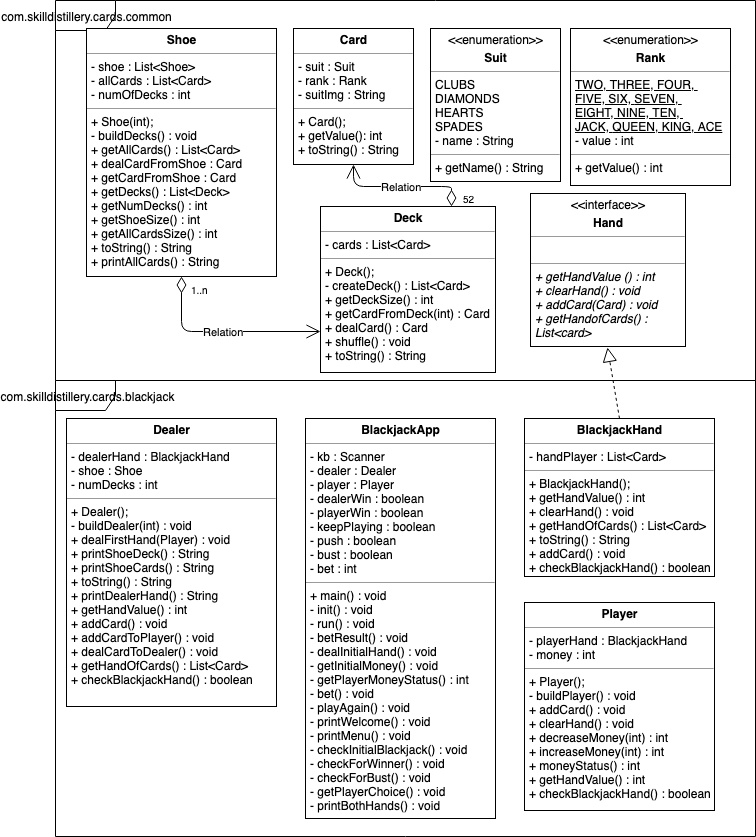
This is CardGamesBlackjack.png from robrides/BlackjackProject, a draw.io export, as it was before one commit. Source tidied: cells renumbered, new cells last; positions are measured from the earlier drawing's top-left corner, leaving out a move shared by most shapes.
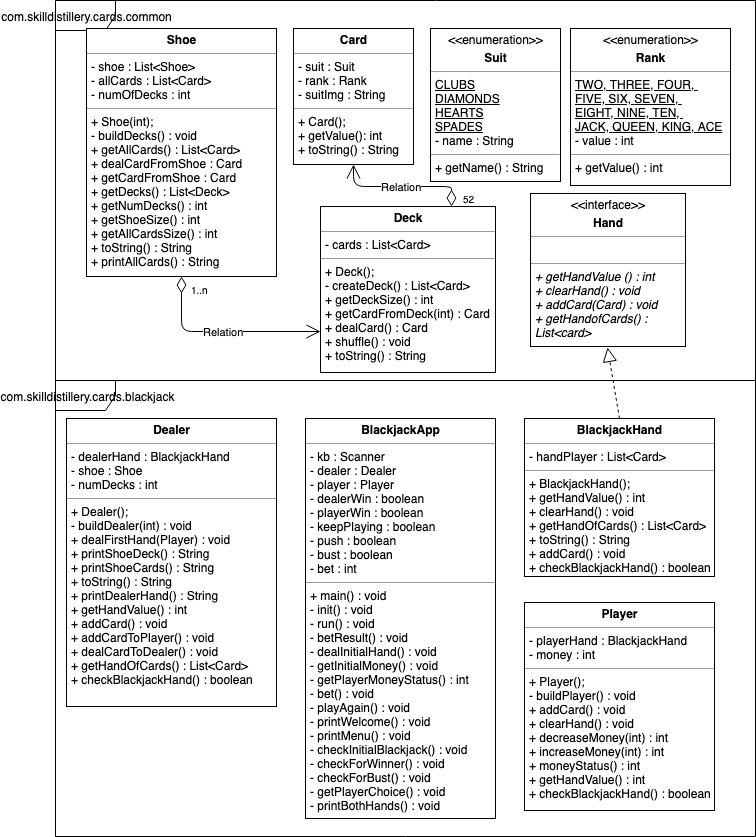
Above is the later version.

Change to the diagram source:
```diff
@@ -17,7 +17,7 @@
     <mxCell id="6" value="&lt;p style=&quot;margin: 0px ; margin-top: 4px ; text-align: center&quot;&gt;&lt;b&gt;Dealer&lt;/b&gt;&lt;/p&gt;&lt;hr size=&quot;1&quot;&gt;&lt;p style=&quot;margin: 0px ; margin-left: 4px&quot;&gt;&lt;span&gt;- dealerHand : BlackjackHand&lt;/span&gt;&lt;/p&gt;&lt;p style=&quot;margin: 0px ; margin-left: 4px&quot;&gt;&lt;span&gt;- shoe : Shoe&lt;/span&gt;&lt;/p&gt;&lt;p style=&quot;margin: 0px ; margin-left: 4px&quot;&gt;&lt;span&gt;- numDecks : int&lt;/span&gt;&lt;/p&gt;&lt;hr size=&quot;1&quot;&gt;&lt;p style=&quot;margin: 0px ; margin-left: 4px&quot;&gt;+ Dealer();&lt;br&gt;&lt;/p&gt;&lt;p style=&quot;margin: 0px ; margin-left: 4px&quot;&gt;&lt;span&gt;- buildDealer(int) : void&lt;/span&gt;&lt;/p&gt;&lt;p style=&quot;margin: 0px ; margin-left: 4px&quot;&gt;+ dealFirstHand(Player) : void&lt;/p&gt;&lt;p style=&quot;margin: 0px ; margin-left: 4px&quot;&gt;+ printShoeDeck() : String&lt;/p&gt;&lt;p style=&quot;margin: 0px ; margin-left: 4px&quot;&gt;&lt;span&gt;+ printShoeCards() : String&lt;/span&gt;&lt;/p&gt;&lt;p style=&quot;margin: 0px ; margin-left: 4px&quot;&gt;&lt;span&gt;+ toString() : String&lt;/span&gt;&lt;/p&gt;&lt;p style=&quot;margin: 0px ; margin-left: 4px&quot;&gt;&lt;span&gt;+ printDealerHand() : String&lt;/span&gt;&lt;/p&gt;&lt;p style=&quot;margin: 0px ; margin-left: 4px&quot;&gt;&lt;span&gt;+ getHandValue() : int&lt;/span&gt;&lt;/p&gt;&lt;p style=&quot;margin: 0px ; margin-left: 4px&quot;&gt;&lt;span&gt;+ addCard() : void&lt;/span&gt;&lt;/p&gt;&lt;p style=&quot;margin: 0px ; margin-left: 4px&quot;&gt;&lt;span&gt;+ addCardToPlayer() : void&lt;/span&gt;&lt;/p&gt;&lt;p style=&quot;margin: 0px ; margin-left: 4px&quot;&gt;&lt;span&gt;+ dealCardToDealer() : void&lt;/span&gt;&lt;/p&gt;&lt;p style=&quot;margin: 0px ; margin-left: 4px&quot;&gt;&lt;span&gt;+ getHandOfCards() : List&amp;lt;Card&amp;gt;&lt;/span&gt;&lt;/p&gt;&lt;p style=&quot;margin: 0px ; margin-left: 4px&quot;&gt;&lt;span&gt;+ checkBlackjackHand() : boolean&lt;/span&gt;&lt;/p&gt;&lt;p style=&quot;margin: 0px ; margin-left: 4px&quot;&gt;&lt;span&gt;&lt;br&gt;&lt;/span&gt;&lt;/p&gt;" style="verticalAlign=top;align=left;overflow=fill;fontSize=12;fontFamily=Helvetica;html=1;rounded=0;shadow=0;comic=0;labelBackgroundColor=none;strokeColor=#000000;strokeWidth=1;fillColor=#ffffff;" parent="1" vertex="1">
       <mxGeometry x="11" y="418" width="210" height="288" as="geometry" />
     </mxCell>
-    <mxCell id="7" value="&lt;p style=&quot;margin: 0px ; margin-top: 4px ; text-align: center&quot;&gt;&amp;lt;&amp;lt;enumeration&amp;gt;&amp;gt;&lt;/p&gt;&lt;p style=&quot;margin: 0px ; margin-top: 4px ; text-align: center&quot;&gt;&lt;b&gt;Suit&lt;/b&gt;&lt;/p&gt;&lt;hr size=&quot;1&quot;&gt;&lt;p style=&quot;margin: 0px ; margin-left: 4px&quot;&gt;&lt;span&gt;CLUBS&lt;/span&gt;&lt;br&gt;&lt;/p&gt;&lt;p style=&quot;margin: 0px ; margin-left: 4px&quot;&gt;DIAMONDS&lt;/p&gt;&lt;p style=&quot;margin: 0px ; margin-left: 4px&quot;&gt;HEARTS&lt;/p&gt;&lt;p style=&quot;margin: 0px ; margin-left: 4px&quot;&gt;SPADES&lt;/p&gt;&lt;p style=&quot;margin: 0px ; margin-left: 4px&quot;&gt;- name : String&lt;br&gt;&lt;/p&gt;&lt;hr size=&quot;1&quot;&gt;&lt;p style=&quot;margin: 0px ; margin-left: 4px&quot;&gt;+ getName() : String&lt;/p&gt;&lt;p style=&quot;margin: 0px ; margin-left: 4px&quot;&gt;&lt;br&gt;&lt;/p&gt;" style="verticalAlign=top;align=left;overflow=fill;fontSize=12;fontFamily=Helvetica;html=1;rounded=0;shadow=0;comic=0;labelBackgroundColor=none;strokeColor=#000000;strokeWidth=1;fillColor=#ffffff;" parent="1" vertex="1">
+    <mxCell id="7" value="&lt;p style=&quot;margin: 0px ; margin-top: 4px ; text-align: center&quot;&gt;&amp;lt;&amp;lt;enumeration&amp;gt;&amp;gt;&lt;/p&gt;&lt;p style=&quot;margin: 0px ; margin-top: 4px ; text-align: center&quot;&gt;&lt;b&gt;Suit&lt;/b&gt;&lt;/p&gt;&lt;hr size=&quot;1&quot;&gt;&lt;p style=&quot;margin: 0px ; margin-left: 4px&quot;&gt;&lt;u&gt;&lt;span&gt;CLUBS&lt;/span&gt;&lt;br&gt;&lt;/u&gt;&lt;/p&gt;&lt;p style=&quot;margin: 0px ; margin-left: 4px&quot;&gt;&lt;u&gt;DIAMONDS&lt;/u&gt;&lt;/p&gt;&lt;p style=&quot;margin: 0px ; margin-left: 4px&quot;&gt;&lt;u&gt;HEARTS&lt;/u&gt;&lt;/p&gt;&lt;p style=&quot;margin: 0px ; margin-left: 4px&quot;&gt;&lt;u&gt;SPADES&lt;/u&gt;&lt;/p&gt;&lt;p style=&quot;margin: 0px ; margin-left: 4px&quot;&gt;- name : String&lt;br&gt;&lt;/p&gt;&lt;hr size=&quot;1&quot;&gt;&lt;p style=&quot;margin: 0px ; margin-left: 4px&quot;&gt;+ getName() : String&lt;/p&gt;&lt;p style=&quot;margin: 0px ; margin-left: 4px&quot;&gt;&lt;br&gt;&lt;/p&gt;" style="verticalAlign=top;align=left;overflow=fill;fontSize=12;fontFamily=Helvetica;html=1;rounded=0;shadow=0;comic=0;labelBackgroundColor=none;strokeColor=#000000;strokeWidth=1;fillColor=#ffffff;" parent="1" vertex="1">
       <mxGeometry x="375" y="28" width="130" height="153" as="geometry" />
     </mxCell>
     <mxCell id="8" value="&lt;p style=&quot;margin: 0px ; margin-top: 4px ; text-align: center&quot;&gt;&amp;lt;&amp;lt;enumeration&amp;gt;&amp;gt;&lt;/p&gt;&lt;p style=&quot;margin: 0px ; margin-top: 4px ; text-align: center&quot;&gt;&lt;b&gt;Rank&lt;/b&gt;&lt;/p&gt;&lt;hr size=&quot;1&quot;&gt;&lt;p style=&quot;margin: 0px ; margin-left: 4px&quot;&gt;&lt;u&gt;TWO, THREE, FOUR,&amp;nbsp;&lt;/u&gt;&lt;/p&gt;&lt;p style=&quot;margin: 0px ; margin-left: 4px&quot;&gt;&lt;u&gt;FIVE, SIX,&amp;nbsp;&lt;span&gt;SEVEN,&amp;nbsp;&lt;/span&gt;&lt;/u&gt;&lt;/p&gt;&lt;p style=&quot;margin: 0px ; margin-left: 4px&quot;&gt;&lt;span&gt;&lt;u&gt;EIGHT, NINE, TEN,&amp;nbsp;&lt;/u&gt;&lt;/span&gt;&lt;/p&gt;&lt;p style=&quot;margin: 0px ; margin-left: 4px&quot;&gt;&lt;u&gt;&lt;span&gt;JACK,&amp;nbsp;&lt;/span&gt;&lt;span&gt;QUEEN, KING, ACE&lt;/span&gt;&lt;/u&gt;&lt;/p&gt;&lt;p style=&quot;margin: 0px ; margin-left: 4px&quot;&gt;- value : int&lt;br&gt;&lt;/p&gt;&lt;hr size=&quot;1&quot;&gt;&lt;p style=&quot;margin: 0px ; margin-left: 4px&quot;&gt;+ getValue() : int&lt;/p&gt;&lt;p style=&quot;margin: 0px ; margin-left: 4px&quot;&gt;&lt;br&gt;&lt;/p&gt;" style="verticalAlign=top;align=left;overflow=fill;fontSize=12;fontFamily=Helvetica;html=1;rounded=0;shadow=0;comic=0;labelBackgroundColor=none;strokeColor=#000000;strokeWidth=1;fillColor=#ffffff;" parent="1" vertex="1">
```
